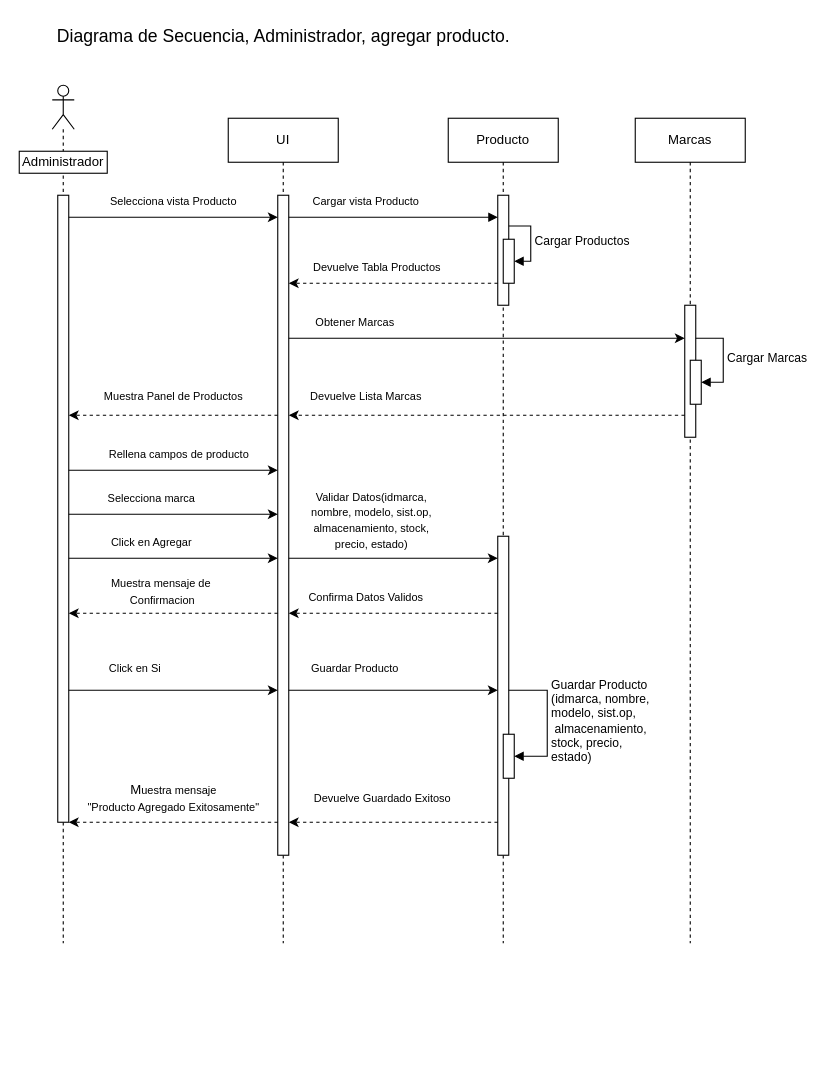
Before: Documento/Diagrama/DiagramaSecuencia_AgregarProducto.drawio in gabrielcapay/TecnoPunta, a draw.io diagram. Source tidied: cells renumbered, new cells numbered last; positions are measured from the earlier drawing's top-left corner, leaving out a move shared by most shapes. Both pictures are drawn from the tidied source at 110%, with x=0, y=0 at pixel (19, 19).
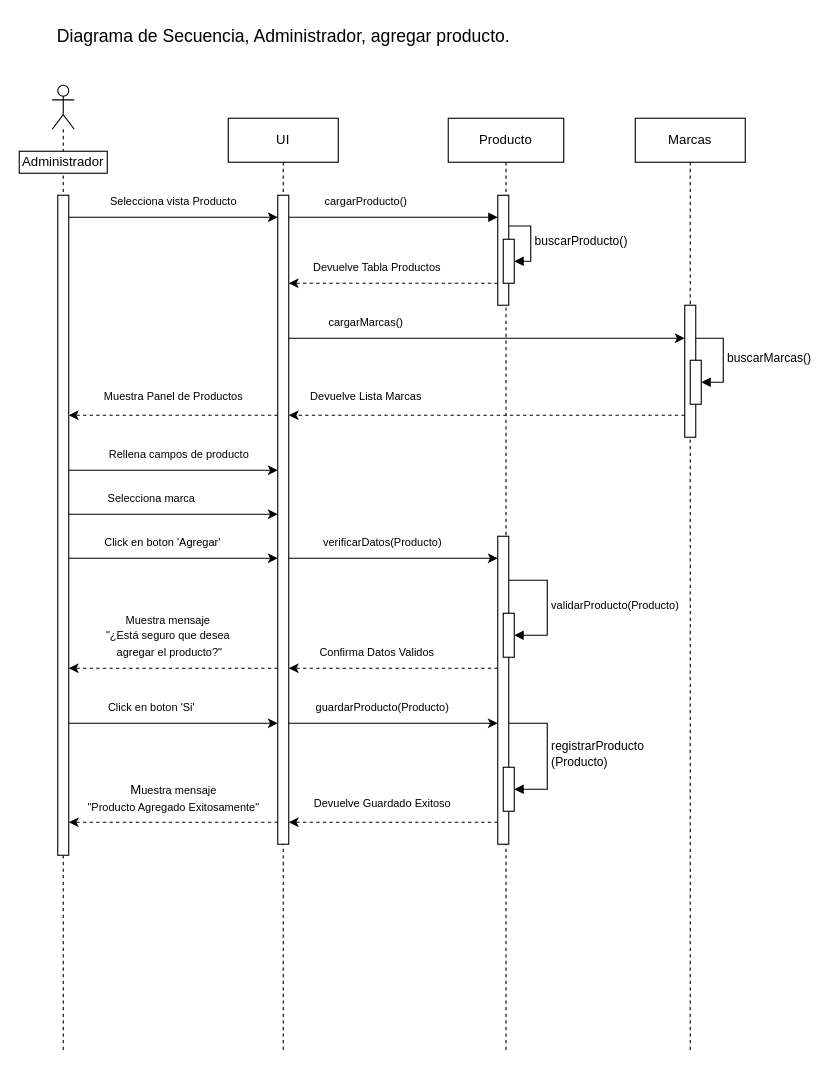
The same page after the edit.

Commit message (it also covers changes not shown here):
Renombre de metodos y Diagramas.

The change refers to these unchanged cells:
```xml
<mxCell id="5" style="html=1;points=[];perimeter=orthogonalPerimeter;outlineConnect=0;targetShapes=umlLifeline;portConstraint=eastwest;newEdgeStyle={&quot;edgeStyle&quot;:&quot;elbowEdgeStyle&quot;,&quot;elbow&quot;:&quot;vertical&quot;,&quot;curved&quot;:0,&quot;rounded&quot;:0};labelBackgroundColor=none;" parent="4" vertex="1">
  <mxGeometry x="45" y="70" width="10" height="100" as="geometry" />
</mxCell>
<mxCell id="7" style="html=1;points=[[0,0,0,0,5],[0,1,0,0,-5],[1,0,0,0,5],[1,1,0,0,-5]];perimeter=orthogonalPerimeter;outlineConnect=0;targetShapes=umlLifeline;portConstraint=eastwest;newEdgeStyle={&quot;curved&quot;:0,&quot;rounded&quot;:0};labelBackgroundColor=none;" parent="4" vertex="1">
  <mxGeometry x="50" y="110" width="10" height="40" as="geometry" />
</mxCell>
<mxCell id="13" style="html=1;points=[];perimeter=orthogonalPerimeter;outlineConnect=0;targetShapes=umlLifeline;portConstraint=eastwest;newEdgeStyle={&quot;edgeStyle&quot;:&quot;elbowEdgeStyle&quot;,&quot;elbow&quot;:&quot;vertical&quot;,&quot;curved&quot;:0,&quot;rounded&quot;:0};labelBackgroundColor=none;" parent="12" vertex="1">
  <mxGeometry x="45" y="170" width="10" height="120" as="geometry" />
</mxCell>
<mxCell id="14" style="html=1;points=[[0,0,0,0,5],[0,1,0,0,-5],[1,0,0,0,5],[1,1,0,0,-5]];perimeter=orthogonalPerimeter;outlineConnect=0;targetShapes=umlLifeline;portConstraint=eastwest;newEdgeStyle={&quot;curved&quot;:0,&quot;rounded&quot;:0};labelBackgroundColor=none;" parent="12" vertex="1">
  <mxGeometry x="50" y="220" width="10" height="40" as="geometry" />
</mxCell>
```

What changed in the source:
```diff
@@
     <mxCell id="2" value="UI" style="shape=umlLifeline;perimeter=lifelinePerimeter;whiteSpace=wrap;html=1;newEdgeStyle={&quot;edgeStyle&quot;:&quot;elbowEdgeStyle&quot;,&quot;elbow&quot;:&quot;vertical&quot;,&quot;curved&quot;:0,&quot;rounded&quot;:0};labelBackgroundColor=none;" parent="1" vertex="1">
-      <mxGeometry x="190" y="90" width="100" height="750" as="geometry" />
+      <mxGeometry x="190" y="90" width="100" height="850" as="geometry" />
     </mxCell>
     <mxCell id="3" style="html=1;points=[];perimeter=orthogonalPerimeter;outlineConnect=0;targetShapes=umlLifeline;portConstraint=eastwest;newEdgeStyle={&quot;edgeStyle&quot;:&quot;elbowEdgeStyle&quot;,&quot;elbow&quot;:&quot;vertical&quot;,&quot;curved&quot;:0,&quot;rounded&quot;:0};labelBackgroundColor=none;" parent="2" vertex="1">
-      <mxGeometry x="45" y="70" width="10" height="600" as="geometry" />
+      <mxGeometry x="45" y="70" width="10" height="590" as="geometry" />
     </mxCell>
     <mxCell id="4" value="Producto" style="shape=umlLifeline;perimeter=lifelinePerimeter;whiteSpace=wrap;html=1;newEdgeStyle={&quot;edgeStyle&quot;:&quot;elbowEdgeStyle&quot;,&quot;elbow&quot;:&quot;vertical&quot;,&quot;curved&quot;:0,&quot;rounded&quot;:0};labelBackgroundColor=none;" parent="1" vertex="1">
-      <mxGeometry x="390" y="90" width="100" height="750" as="geometry" />
+      <mxGeometry x="390" y="90" width="105" height="850" as="geometry" />
     </mxCell>
@@
-    <mxCell id="6" value="Cargar Productos" style="html=1;align=left;spacingLeft=2;endArrow=block;rounded=0;edgeStyle=orthogonalEdgeStyle;curved=0;rounded=0;labelBackgroundColor=none;fontColor=default;" parent="4" edge="1" source="5" target="7">
+    <mxCell id="6" value="buscarProducto()" style="html=1;align=left;spacingLeft=2;endArrow=block;rounded=0;edgeStyle=orthogonalEdgeStyle;curved=0;rounded=0;labelBackgroundColor=none;fontColor=default;" parent="4" edge="1" source="5" target="7">
       <mxGeometry relative="1" as="geometry">
         <Array as="points">
           <mxPoint x="75" y="98" />
           <mxPoint x="75" y="130" />
         </Array>
       </mxGeometry>
     </mxCell>
@@
     <mxCell id="8" style="html=1;points=[];perimeter=orthogonalPerimeter;outlineConnect=0;targetShapes=umlLifeline;portConstraint=eastwest;newEdgeStyle={&quot;edgeStyle&quot;:&quot;elbowEdgeStyle&quot;,&quot;elbow&quot;:&quot;vertical&quot;,&quot;curved&quot;:0,&quot;rounded&quot;:0};labelBackgroundColor=none;" parent="4" vertex="1">
-      <mxGeometry x="45" y="380" width="10" height="290" as="geometry" />
+      <mxGeometry x="45" y="380" width="10" height="280" as="geometry" />
     </mxCell>
     <mxCell id="9" style="html=1;points=[[0,0,0,0,5],[0,1,0,0,-5],[1,0,0,0,5],[1,1,0,0,-5]];perimeter=orthogonalPerimeter;outlineConnect=0;targetShapes=umlLifeline;portConstraint=eastwest;newEdgeStyle={&quot;curved&quot;:0,&quot;rounded&quot;:0};labelBackgroundColor=none;" parent="4" vertex="1">
-      <mxGeometry x="50" y="560" width="10" height="40" as="geometry" />
+      <mxGeometry x="50" y="590" width="10" height="40" as="geometry" />
     </mxCell>
-    <mxCell id="10" value="&lt;span&gt;Guardar Producto&lt;br&gt;(idmarca, nombre, &lt;br&gt;modelo, sist.op,&lt;br&gt;&amp;nbsp;almacenamiento, &lt;br&gt;stock, precio, &lt;br&gt;estado)&lt;/span&gt;" style="html=1;align=left;spacingLeft=2;endArrow=block;rounded=0;edgeStyle=orthogonalEdgeStyle;curved=0;rounded=0;labelBackgroundColor=none;fontColor=default;" parent="4" edge="1" source="8" target="9">
+    <mxCell id="10" value="registrarProducto&lt;div&gt;(Producto)&lt;/div&gt;" style="html=1;align=left;spacingLeft=2;endArrow=block;rounded=0;edgeStyle=orthogonalEdgeStyle;curved=0;rounded=0;labelBackgroundColor=none;fontColor=default;" parent="4" edge="1" target="9">
       <mxGeometry relative="1" as="geometry">
+        <mxPoint x="55" y="550" as="sourcePoint" />
         <Array as="points">
-          <mxPoint x="90" y="520" />
-          <mxPoint x="90" y="580" />
+          <mxPoint x="90" y="550" />
+          <mxPoint x="90" y="610" />
         </Array>
       </mxGeometry>
     </mxCell>
+    <mxCell id="51" style="html=1;points=[[0,0,0,0,5],[0,1,0,0,-5],[1,0,0,0,5],[1,1,0,0,-5]];perimeter=orthogonalPerimeter;outlineConnect=0;targetShapes=umlLifeline;portConstraint=eastwest;newEdgeStyle={&quot;curved&quot;:0,&quot;rounded&quot;:0};" parent="4" vertex="1">
+      <mxGeometry x="50" y="450" width="10" height="40" as="geometry" />
+    </mxCell>
+    <mxCell id="52" value="&lt;font style=&quot;font-size: 10px;&quot;&gt;validarProducto(Producto)&lt;/font&gt;" style="html=1;align=left;spacingLeft=2;endArrow=block;rounded=0;edgeStyle=orthogonalEdgeStyle;curved=0;rounded=0;" parent="4" edge="1" source="8" target="51">
+      <mxGeometry relative="1" as="geometry">
+        <Array as="points">
+          <mxPoint x="90" y="420" />
+          <mxPoint x="90" y="470" />
+        </Array>
+      </mxGeometry>
+    </mxCell>
@@
     <mxCell id="12" value="Marcas" style="shape=umlLifeline;perimeter=lifelinePerimeter;whiteSpace=wrap;html=1;newEdgeStyle={&quot;edgeStyle&quot;:&quot;elbowEdgeStyle&quot;,&quot;elbow&quot;:&quot;vertical&quot;,&quot;curved&quot;:0,&quot;rounded&quot;:0};labelBackgroundColor=none;" parent="1" vertex="1">
-      <mxGeometry x="560" y="90" width="100" height="750" as="geometry" />
+      <mxGeometry x="560" y="90" width="100" height="850" as="geometry" />
     </mxCell>
@@
-    <mxCell id="15" value="Cargar Marcas" style="html=1;align=left;spacingLeft=2;endArrow=block;rounded=0;edgeStyle=orthogonalEdgeStyle;curved=0;rounded=0;labelBackgroundColor=none;fontColor=default;" parent="12" edge="1" source="13" target="14">
+    <mxCell id="15" value="&lt;div&gt;buscarMarcas()&lt;/div&gt;" style="html=1;align=left;spacingLeft=2;endArrow=block;rounded=0;edgeStyle=orthogonalEdgeStyle;curved=0;rounded=0;labelBackgroundColor=none;fontColor=default;" parent="12" edge="1" source="13" target="14">
       <mxGeometry relative="1" as="geometry">
         <Array as="points">
           <mxPoint x="80" y="200" />
           <mxPoint x="80" y="240" />
         </Array>
       </mxGeometry>
     </mxCell>
@@
     <mxCell id="17" style="shape=umlLifeline;perimeter=lifelinePerimeter;whiteSpace=wrap;html=1;newEdgeStyle={&quot;curved&quot;:0,&quot;rounded&quot;:0};participant=umlActor;labelBackgroundColor=none;" parent="1" vertex="1">
-      <mxGeometry x="30" y="60" width="20" height="780" as="geometry" />
+      <mxGeometry x="30" y="60" width="20" height="880" as="geometry" />
     </mxCell>
     <mxCell id="18" style="html=1;points=[];perimeter=orthogonalPerimeter;outlineConnect=0;targetShapes=umlLifeline;portConstraint=eastwest;newEdgeStyle={&quot;edgeStyle&quot;:&quot;elbowEdgeStyle&quot;,&quot;elbow&quot;:&quot;vertical&quot;,&quot;curved&quot;:0,&quot;rounded&quot;:0};labelBackgroundColor=none;" parent="17" vertex="1">
-      <mxGeometry x="5" y="100" width="10" height="570" as="geometry" />
+      <mxGeometry x="5" y="100" width="10" height="600" as="geometry" />
     </mxCell>
@@
-    <mxCell id="20" value="&lt;font style=&quot;font-size: 10px;&quot;&gt;Cargar vista Producto&lt;/font&gt;" style="text;html=1;align=center;verticalAlign=middle;strokeColor=none;fillColor=none;labelBackgroundColor=none;" parent="1" vertex="1">
-      <mxGeometry x="255" y="150" width="120" height="30" as="geometry" />
+    <mxCell id="20" value="&lt;font style=&quot;font-size: 10px;&quot;&gt;cargarProducto()&lt;/font&gt;" style="text;html=1;align=center;verticalAlign=middle;strokeColor=none;fillColor=none;labelBackgroundColor=none;" parent="1" vertex="1">
+      <mxGeometry x="265" y="150" width="100" height="30" as="geometry" />
     </mxCell>
@@
-    <mxCell id="22" value="&lt;font style=&quot;font-size: 10px;&quot;&gt;Obtener Marcas&lt;/font&gt;" style="text;html=1;align=center;verticalAlign=middle;strokeColor=none;fillColor=none;labelBackgroundColor=none;" parent="1" vertex="1">
-      <mxGeometry x="255" y="260" width="100" height="30" as="geometry" />
+    <mxCell id="22" value="&lt;font style=&quot;font-size: 10px;&quot;&gt;cargarMarcas()&lt;/font&gt;" style="text;html=1;align=center;verticalAlign=middle;strokeColor=none;fillColor=none;labelBackgroundColor=none;" parent="1" vertex="1">
+      <mxGeometry x="270" y="260" width="90" height="30" as="geometry" />
     </mxCell>
@@
-    <mxCell id="34" value="&lt;font style=&quot;font-size: 10px;&quot;&gt;Click en Agregar&lt;/font&gt;" style="text;html=1;align=center;verticalAlign=middle;strokeColor=none;fillColor=none;labelBackgroundColor=none;" parent="1" vertex="1">
-      <mxGeometry x="70" y="460" width="100" height="30" as="geometry" />
+    <mxCell id="34" value="&lt;font style=&quot;font-size: 10px;&quot;&gt;Click en boton 'Agregar'&lt;/font&gt;" style="text;html=1;align=center;verticalAlign=middle;strokeColor=none;fillColor=none;labelBackgroundColor=none;" parent="1" vertex="1">
+      <mxGeometry x="65" y="460" width="130" height="30" as="geometry" />
     </mxCell>
@@
-    <mxCell id="36" value="&lt;font style=&quot;font-size: 10px;&quot;&gt;Validar Datos(idmarca, &lt;br&gt;nombre, modelo, sist.op, &lt;br&gt;almacenamiento, stock, &lt;br&gt;precio, estado)&lt;/font&gt;" style="text;html=1;align=center;verticalAlign=middle;strokeColor=none;fillColor=none;labelBackgroundColor=none;" parent="1" vertex="1">
-      <mxGeometry x="255" y="420" width="130" height="70" as="geometry" />
+    <mxCell id="36" value="&lt;span style=&quot;font-size: 10px;&quot;&gt;verificarDatos(Producto)&lt;/span&gt;" style="text;html=1;align=center;verticalAlign=middle;strokeColor=none;fillColor=none;labelBackgroundColor=none;" parent="1" vertex="1">
+      <mxGeometry x="265" y="460" width="130" height="30" as="geometry" />
     </mxCell>
     <mxCell id="37" style="edgeStyle=elbowEdgeStyle;rounded=0;jettySize=auto;html=1;elbow=vertical;curved=0;dashed=1;labelBackgroundColor=none;fontColor=default;" parent="1" edge="1" source="8" target="3">
       <mxGeometry relative="1" as="geometry">
         <Array as="points">
-          <mxPoint x="283" y="540" />
+          <mxPoint x="290" y="590" />
         </Array>
       </mxGeometry>
     </mxCell>
     <mxCell id="38" value="&lt;font style=&quot;font-size: 10px;&quot;&gt;Confirma Datos Validos&lt;/font&gt;" style="text;html=1;align=center;verticalAlign=middle;strokeColor=none;fillColor=none;labelBackgroundColor=none;" parent="1" vertex="1">
-      <mxGeometry x="250" y="510" width="130" height="30" as="geometry" />
+      <mxGeometry x="260" y="560" width="130" height="30" as="geometry" />
     </mxCell>
     <mxCell id="39" style="edgeStyle=elbowEdgeStyle;rounded=0;jettySize=auto;html=1;elbow=vertical;curved=0;dashed=1;labelBackgroundColor=none;fontColor=default;" parent="1" edge="1" source="3" target="18">
       <mxGeometry relative="1" as="geometry">
         <Array as="points">
-          <mxPoint x="120" y="540" />
+          <mxPoint x="120" y="590" />
         </Array>
       </mxGeometry>
     </mxCell>
-    <mxCell id="40" value="&lt;font style=&quot;font-size: 10px;&quot;&gt;Muestra mensaje de&amp;nbsp;&lt;br&gt;Confirmacion&lt;/font&gt;" style="text;html=1;align=center;verticalAlign=middle;strokeColor=none;fillColor=none;labelBackgroundColor=none;" parent="1" vertex="1">
-      <mxGeometry x="70" y="500" width="120" height="40" as="geometry" />
+    <mxCell id="40" value="&lt;font style=&quot;&quot;&gt;&lt;span style=&quot;font-size: 10px;&quot;&gt;Muestra mensaje&lt;/span&gt;&lt;br&gt;&lt;span style=&quot;font-size: 10px;&quot;&gt;&quot;¿Está seguro que desea&lt;br&gt;&amp;nbsp;agregar el producto?&quot;&lt;/span&gt;&lt;/font&gt;" style="text;html=1;align=center;verticalAlign=middle;strokeColor=none;fillColor=none;labelBackgroundColor=none;" parent="1" vertex="1">
+      <mxGeometry x="65" y="530" width="140" height="60" as="geometry" />
     </mxCell>
     <mxCell id="41" style="edgeStyle=elbowEdgeStyle;rounded=0;jettySize=auto;html=1;elbow=vertical;curved=0;labelBackgroundColor=none;fontColor=default;" parent="1" edge="1" source="18" target="3">
       <mxGeometry relative="1" as="geometry">
         <Array as="points">
-          <mxPoint x="130" y="610" />
+          <mxPoint x="130" y="640" />
         </Array>
       </mxGeometry>
     </mxCell>
-    <mxCell id="42" value="&lt;font style=&quot;font-size: 10px;&quot;&gt;Click en Si&lt;/font&gt;" style="text;html=1;align=center;verticalAlign=middle;strokeColor=none;fillColor=none;labelBackgroundColor=none;" parent="1" vertex="1">
-      <mxGeometry x="70" y="575" width="70" height="30" as="geometry" />
+    <mxCell id="42" value="&lt;font style=&quot;font-size: 10px;&quot;&gt;Click en boton 'Si'&lt;/font&gt;" style="text;html=1;align=center;verticalAlign=middle;strokeColor=none;fillColor=none;labelBackgroundColor=none;" parent="1" vertex="1">
+      <mxGeometry x="70" y="610" width="100" height="30" as="geometry" />
     </mxCell>
-    <mxCell id="43" style="edgeStyle=elbowEdgeStyle;rounded=0;jettySize=auto;html=1;elbow=vertical;curved=0;labelBackgroundColor=none;fontColor=default;" parent="1" edge="1" source="3" target="8">
-      <mxGeometry relative="1" as="geometry">
-        <Array as="points">
-          <mxPoint x="290" y="610" />
-        </Array>
-      </mxGeometry>
-    </mxCell>
-    <mxCell id="44" value="&lt;font style=&quot;font-size: 10px;&quot;&gt;Guardar Producto&lt;/font&gt;" style="text;html=1;align=center;verticalAlign=middle;strokeColor=none;fillColor=none;labelBackgroundColor=none;" parent="1" vertex="1">
-      <mxGeometry x="255" y="575" width="100" height="30" as="geometry" />
+    <mxCell id="44" value="&lt;font style=&quot;font-size: 10px;&quot;&gt;guardarProducto(Producto)&lt;/font&gt;" style="text;html=1;align=center;verticalAlign=middle;strokeColor=none;fillColor=none;labelBackgroundColor=none;" parent="1" vertex="1">
+      <mxGeometry x="260" y="610" width="140" height="30" as="geometry" />
     </mxCell>
@@
     <mxCell id="46" value="&lt;font style=&quot;font-size: 10px;&quot;&gt;Devuelve Guardado Exitoso&lt;/font&gt;" style="text;html=1;align=center;verticalAlign=middle;strokeColor=none;fillColor=none;labelBackgroundColor=none;" parent="1" vertex="1">
-      <mxGeometry x="255" y="693" width="150" height="30" as="geometry" />
+      <mxGeometry x="255" y="698" width="150" height="30" as="geometry" />
     </mxCell>
@@
+    <mxCell id="43" style="edgeStyle=elbowEdgeStyle;rounded=0;jettySize=auto;html=1;elbow=vertical;curved=0;" parent="1" edge="1" source="3" target="8">
+      <mxGeometry relative="1" as="geometry">
+        <Array as="points">
+          <mxPoint x="340" y="640" />
+        </Array>
+      </mxGeometry>
+    </mxCell>
```
